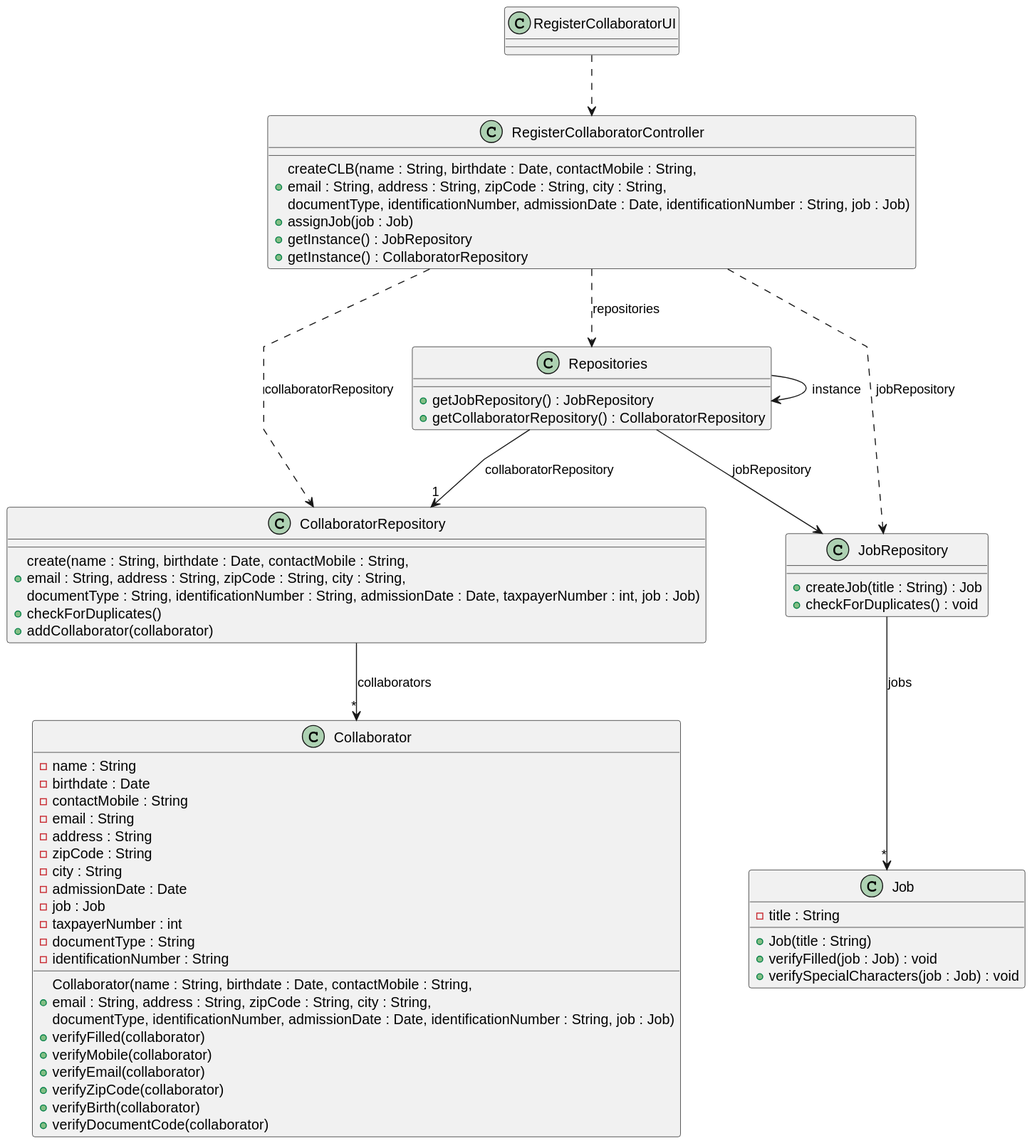
ricardomm7/leaflink keeps this PlantUML diagram as docs/sprintB/us003/03.design/svg/us003-class-diagram.svg. Above is the earlier version.
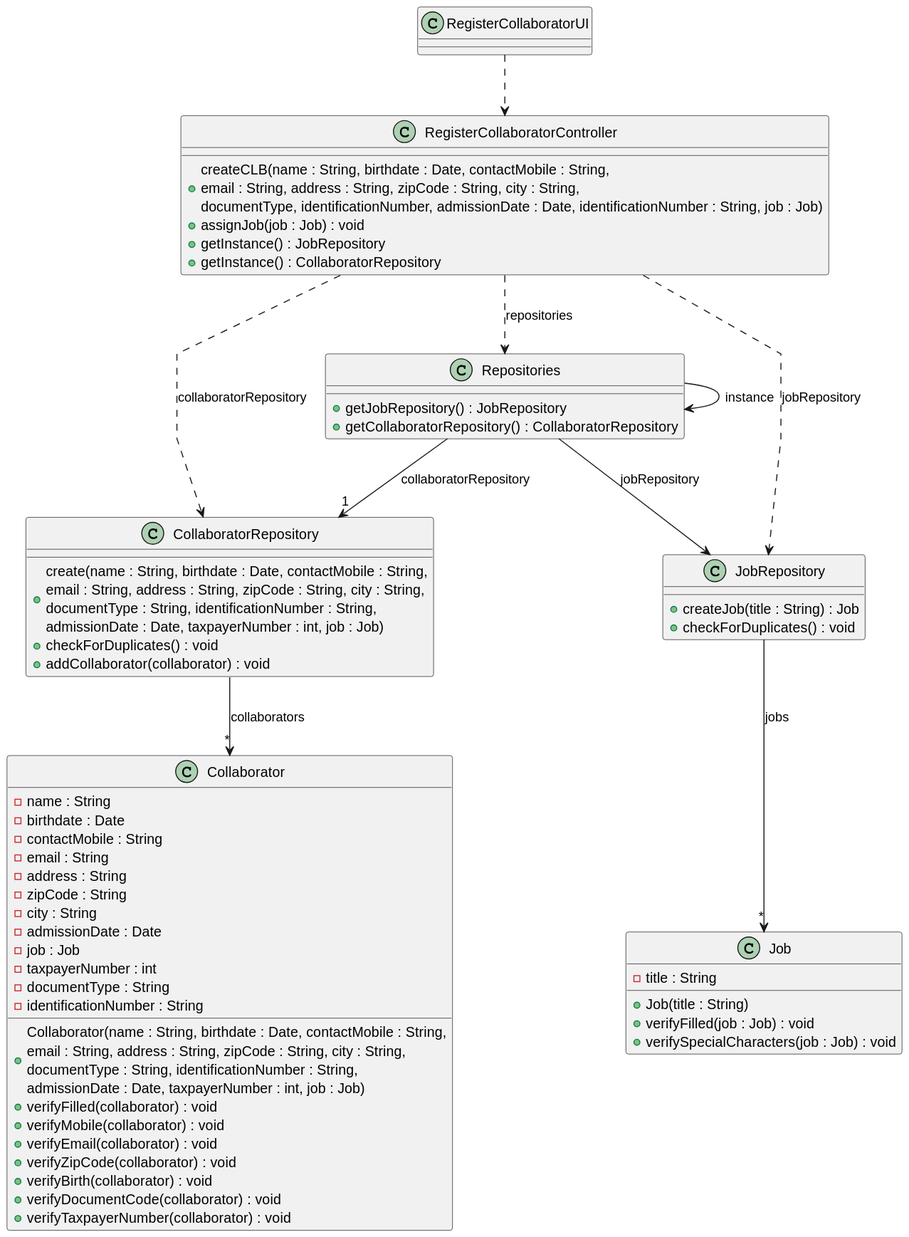
The same diagram one commit later.

Commit message:
LFC2-145 <Readme and class diagram conclusion. For now...>

What changed in the source:
```diff
@@ -9,7 +9,7 @@
 
 class RegisterCollaboratorController {
     + createCLB(name : String, birthdate : Date, contactMobile : String,\nemail : String, address : String, zipCode : String, city : String,\ndocumentType, identificationNumber, admissionDate : Date, identificationNumber : String, job : Job)
-    + assignJob(job : Job)
+    + assignJob(job : Job) : void
     + getInstance() : JobRepository
     + getInstance() : CollaboratorRepository
 
@@ -21,9 +21,9 @@
 }
 
 class CollaboratorRepository {
-    + create(name : String, birthdate : Date, contactMobile : String,\nemail : String, address : String, zipCode : String, city : String,\ndocumentType : String, identificationNumber : String, admissionDate : Date, taxpayerNumber : int, job : Job)
-    + checkForDuplicates()
-    + addCollaborator(collaborator)
+    + create(name : String, birthdate : Date, contactMobile : String,\nemail : String, address : String, zipCode : String, city : String,\ndocumentType : String, identificationNumber : String, \nadmissionDate : Date, taxpayerNumber : int, job : Job)
+    + checkForDuplicates() : void
+    + addCollaborator(collaborator) : void
 
 }
 
@@ -43,13 +43,14 @@
     - admissionDate : Date
     - job : Job
     - taxpayerNumber : int
-    + Collaborator(name : String, birthdate : Date, contactMobile : String,\nemail : String, address : String, zipCode : String, city : String,\ndocumentType, identificationNumber, admissionDate : Date, identificationNumber : String, job : Job)
-    + verifyFilled(collaborator)
-    + verifyMobile(collaborator)
-    + verifyEmail(collaborator)
-    + verifyZipCode(collaborator)
-    + verifyBirth(collaborator)
-    + verifyDocumentCode(collaborator)
+    + Collaborator(name : String, birthdate : Date, contactMobile : String,\nemail : String, address : String, zipCode : String, city : String,\ndocumentType : String, identificationNumber : String, \nadmissionDate : Date, taxpayerNumber : int, job : Job)
+    + verifyFilled(collaborator) : void
+    + verifyMobile(collaborator) : void
+    + verifyEmail(collaborator) : void
+    + verifyZipCode(collaborator) : void
+    + verifyBirth(collaborator) : void
+    + verifyDocumentCode(collaborator) : void
+    + verifyTaxpayerNumber(collaborator) : void
     - documentType : String
     - identificationNumber : String
 }
```
